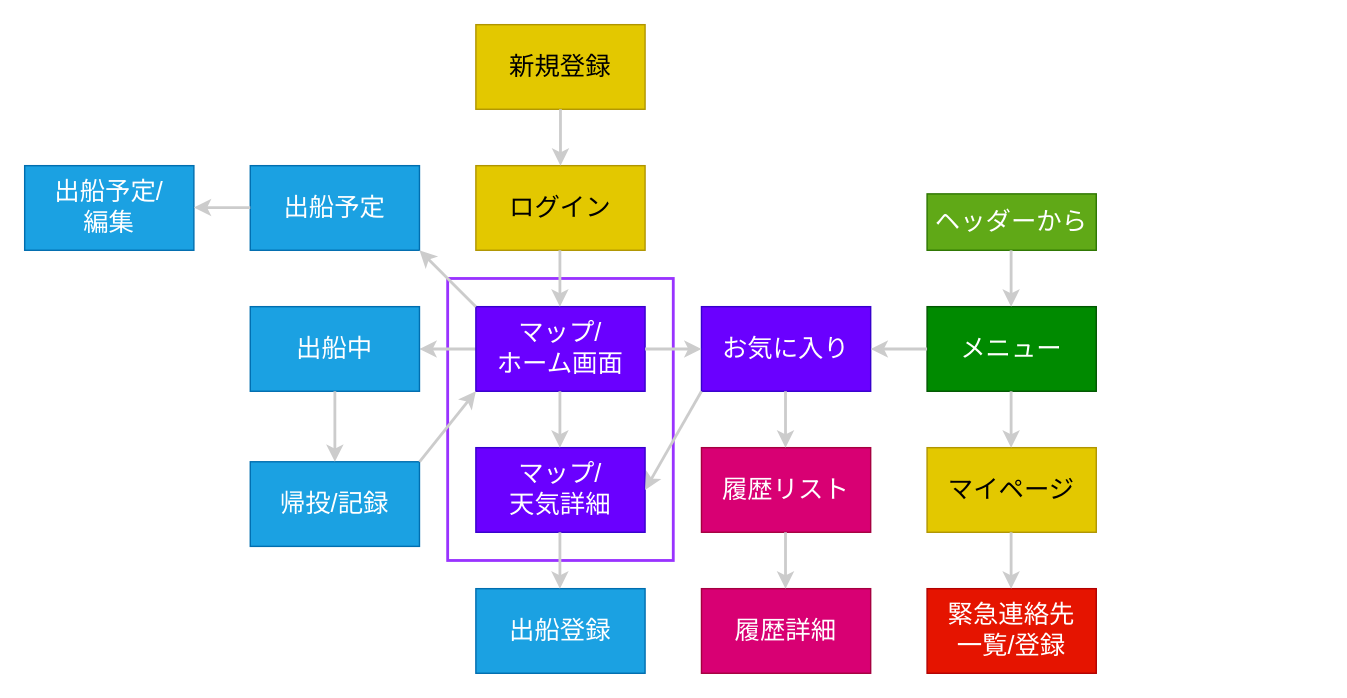
The draw.io diagram 開発設計書/UI/画面遷移図.drawio in ragna1123/safety_kayak_fishing_documents, before the edit. Source tidied: cells renumbered, new cells numbered last; positions are measured from the earlier drawing's top-left corner, leaving out a move shared by most shapes. Both pictures are drawn from the tidied source at 141%, with x=0, y=0 at pixel (24, 24).
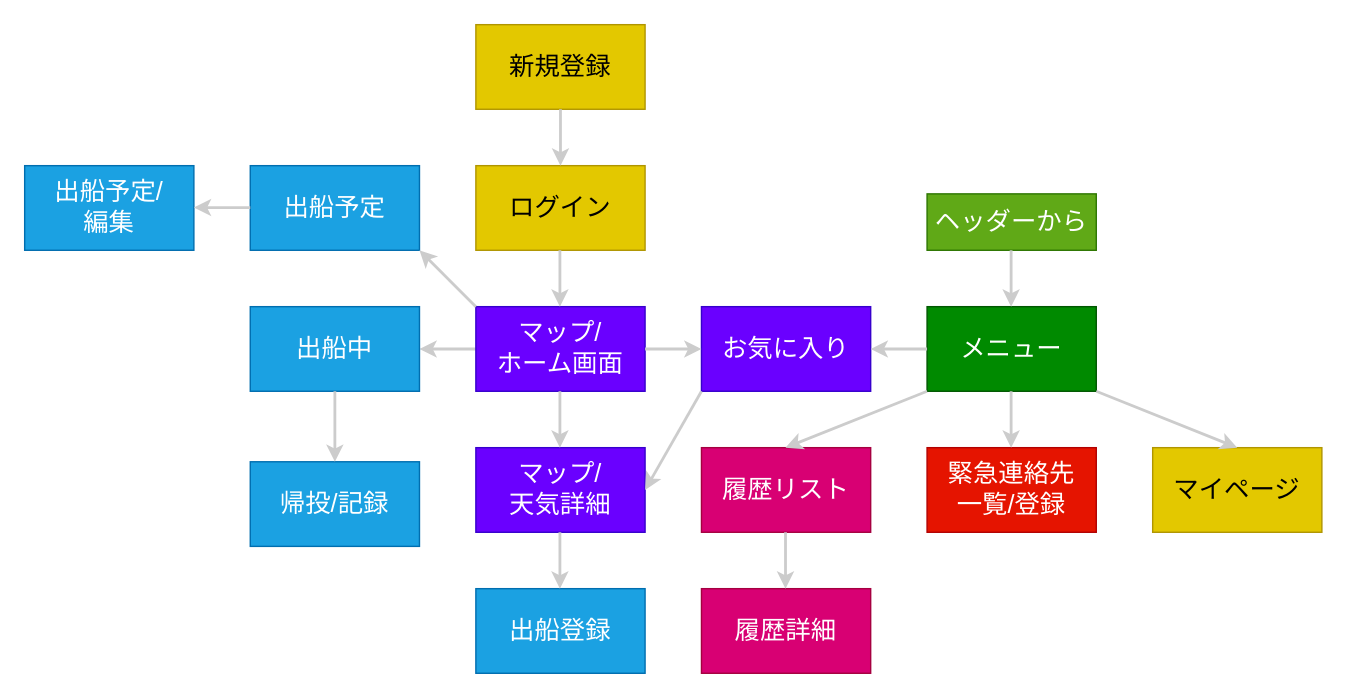
The same diagram, later.

Unchanged cells that the change refers to:
```xml
<mxCell id="11" value="メニュー" style="rounded=0;whiteSpace=wrap;html=1;fontSize=18;fillColor=#008a00;fontColor=#ffffff;strokeColor=#005700;" parent="1" vertex="1">
  <mxGeometry x="640" y="200" width="120" height="60" as="geometry" />
</mxCell>
<mxCell id="12" value="帰投/記録" style="rounded=0;whiteSpace=wrap;html=1;fontSize=18;fillColor=#1ba1e2;fontColor=#ffffff;strokeColor=#006EAF;" parent="1" vertex="1">
  <mxGeometry x="160" y="310" width="120" height="60" as="geometry" />
</mxCell>
<mxCell id="14" value="マップ/&lt;br&gt;ホーム画面" style="rounded=0;whiteSpace=wrap;html=1;fontSize=18;fillColor=#6a00ff;fontColor=#ffffff;strokeColor=#3700CC;" parent="1" vertex="1">
  <mxGeometry x="320" y="200" width="120" height="60" as="geometry" />
</mxCell>
```

Diff of the diagram source:
```diff
@@
-    <mxCell id="2" style="rounded=0;whiteSpace=wrap;html=1;strokeColor=#9933FF;fillColor=none;strokeWidth=2;" parent="1" vertex="1">
-      <mxGeometry x="300" y="180" width="160" height="200" as="geometry" />
-    </mxCell>
@@
     <mxCell id="5" value="マイページ" style="rounded=0;whiteSpace=wrap;html=1;fontSize=18;fillColor=#e3c800;fontColor=#000000;strokeColor=#B09500;" parent="1" vertex="1">
-      <mxGeometry x="640" y="300" width="120" height="60" as="geometry" />
+      <mxGeometry x="800" y="300" width="120" height="60" as="geometry" />
     </mxCell>
@@
     <mxCell id="13" value="緊急連絡先&lt;br&gt;一覧/登録" style="rounded=0;whiteSpace=wrap;html=1;fontSize=18;fillColor=#e51400;fontColor=#ffffff;strokeColor=#B20000;" parent="1" vertex="1">
-      <mxGeometry x="640" y="400" width="120" height="60" as="geometry" />
+      <mxGeometry x="640" y="300" width="120" height="60" as="geometry" />
     </mxCell>
@@
-    <mxCell id="30" style="endArrow=classic;html=1;fontSize=22;exitX=0.5;exitY=1;exitDx=0;exitDy=0;strokeWidth=2;strokeColor=#CCCCCC;" parent="1" edge="1">
-      <mxGeometry relative="1" as="geometry">
-        <mxPoint x="699.6" y="360" as="sourcePoint" />
-        <mxPoint x="699.6" y="400" as="targetPoint" />
-      </mxGeometry>
+    <mxCell id="30" style="endArrow=classic;html=1;fontSize=22;exitX=1;exitY=1;exitDx=0;exitDy=0;strokeWidth=2;strokeColor=#CCCCCC;entryX=0.5;entryY=0;entryDx=0;entryDy=0;" parent="1" edge="1" source="11" target="5">
+      <mxGeometry relative="1" as="geometry" />
     </mxCell>
-    <mxCell id="31" style="endArrow=classic;html=1;fontSize=22;exitX=0.5;exitY=1;exitDx=0;exitDy=0;strokeWidth=2;strokeColor=#CCCCCC;" parent="1" edge="1">
+    <mxCell id="31" style="endArrow=classic;html=1;fontSize=22;exitX=0;exitY=1;exitDx=0;exitDy=0;strokeWidth=2;strokeColor=#CCCCCC;" parent="1" edge="1" source="11">
       <mxGeometry relative="1" as="geometry">
-        <mxPoint x="539.6" y="260" as="sourcePoint" />
         <mxPoint x="539.6" y="300" as="targetPoint" />
       </mxGeometry>
     </mxCell>
@@
-    <mxCell id="33" style="endArrow=classic;html=1;fontSize=22;exitX=1;exitY=0;exitDx=0;exitDy=0;strokeWidth=2;entryX=0;entryY=1;entryDx=0;entryDy=0;strokeColor=#CCCCCC;" parent="1" edge="1" source="12" target="14">
-      <mxGeometry relative="1" as="geometry" />
-    </mxCell>
```
